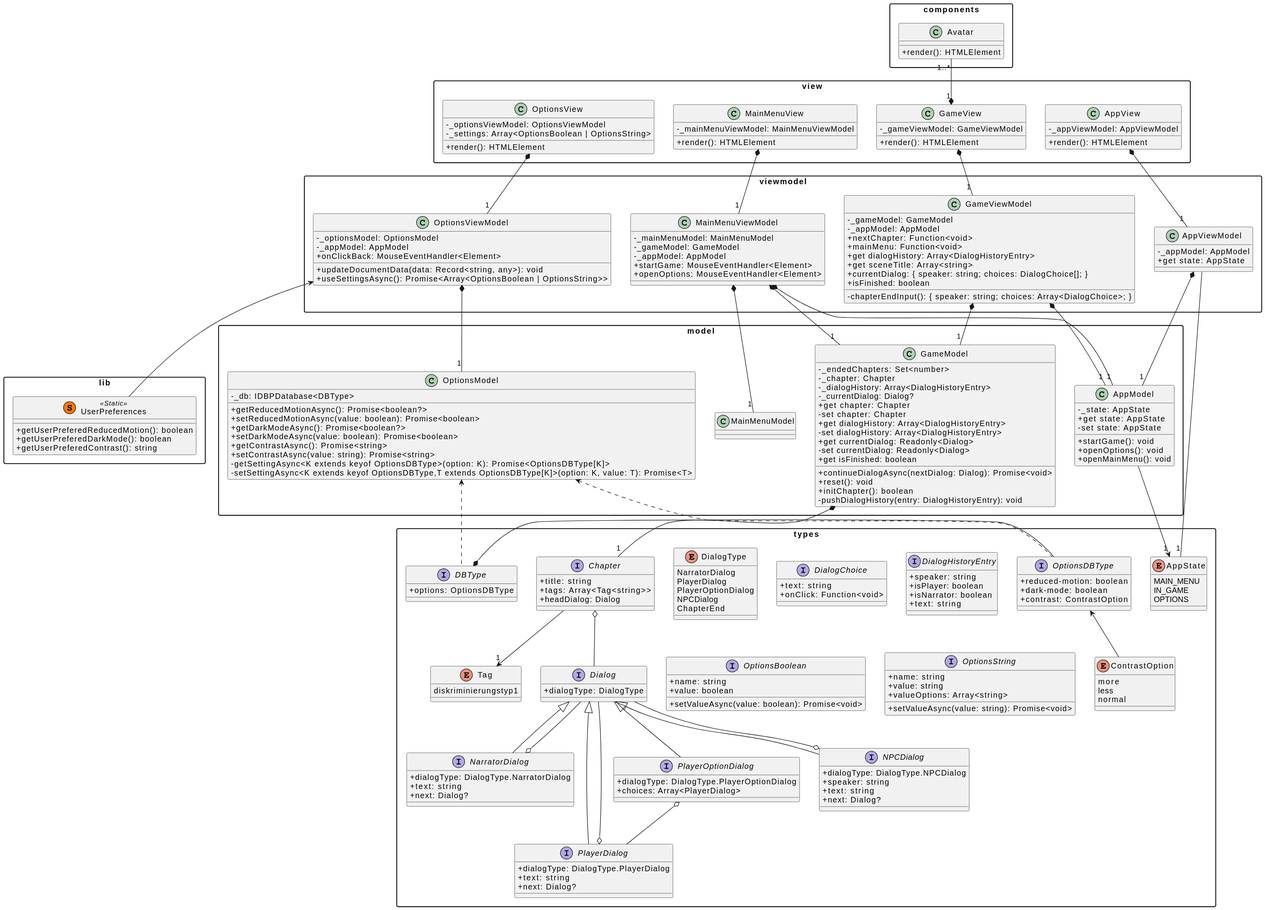
HHN-SEB-2022-23/allybi keeps this PlantUML diagram as uml/Class Diagram.svg. Above is the earlier version.
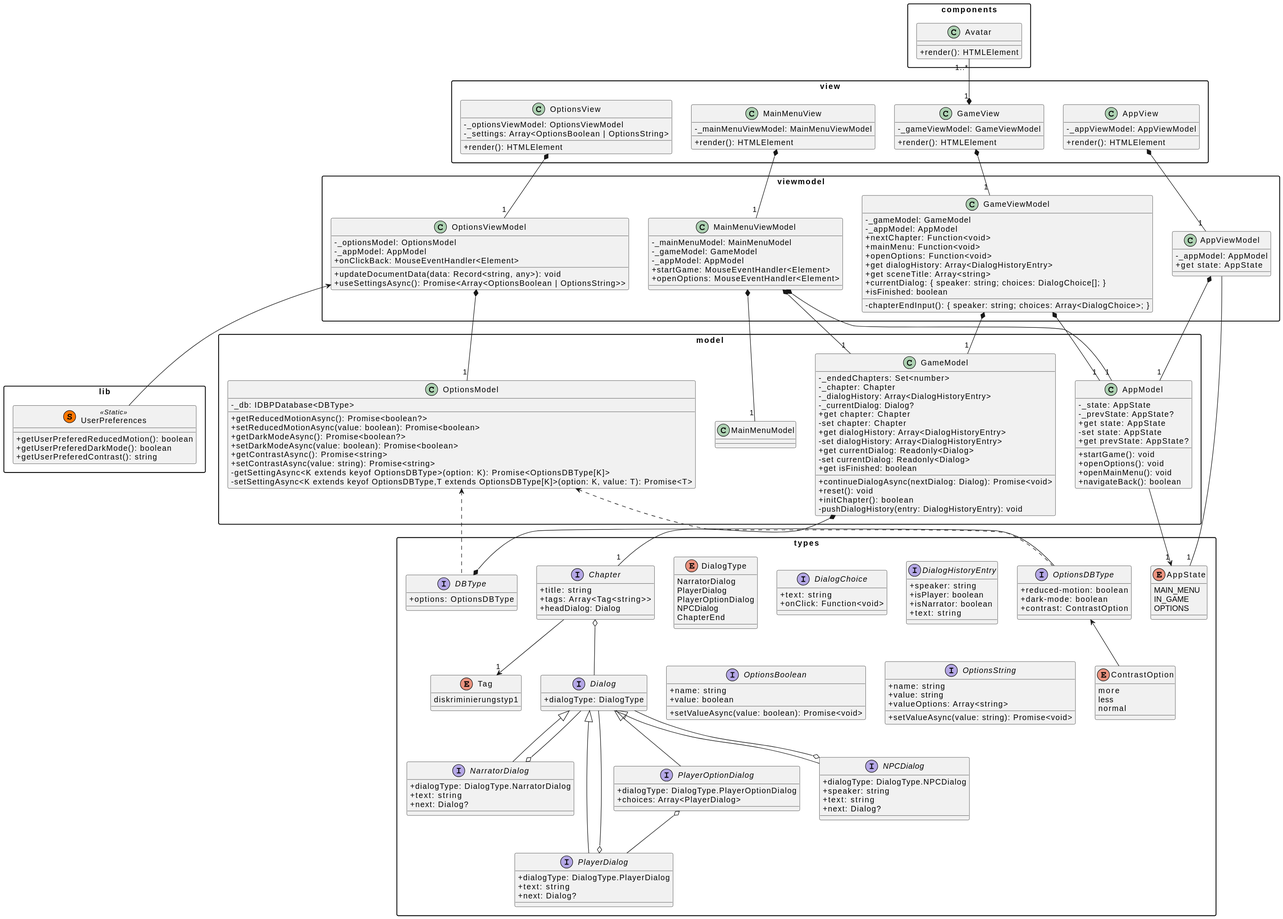
The same diagram one commit later.

The edit, as a diff of the source:
```diff
@@ -122,11 +122,14 @@
 package model {
     class AppModel {
         -_state: AppState
+        -_prevState: AppState?
         +get state: AppState
         -set state: AppState
+        +get prevState: AppState?
         +startGame(): void
         +openOptions(): void
         +openMainMenu(): void
+        +navigateBack(): boolean
     }
     AppModel --> "1" AppState
 
@@ -178,6 +181,7 @@
         -_appModel: AppModel
         +nextChapter: Function<void>
         +mainMenu: Function<void>
+        +openOptions: Function<void>
         +get dialogHistory: Array<DialogHistoryEntry>
         +get sceneTitle: Array<string>
         -chapterEndInput(): { speaker: string; choices: Array<DialogChoice>; }
```
